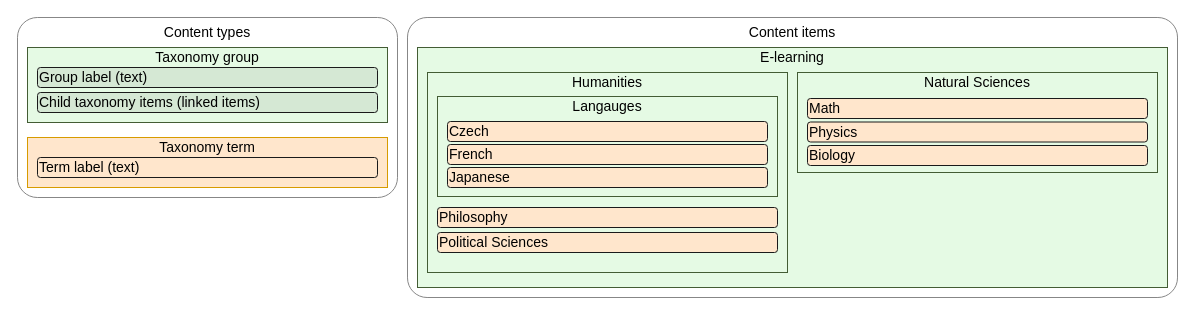
Kontent-ai-Learn/kontent-ai-learn-diagrams keeps this draw.io diagram as content_modeling/taxonomies/taxonomy_-_linked-items-content-model.drawio. Above is the earlier version. Source tidied: cells renumbered, new cells numbered last; positions are measured from the earlier drawing's top-left corner, leaving out a move shared by most shapes. Both pictures are drawn from the tidied source at 100%, with x=0, y=0 at pixel (17, 17).
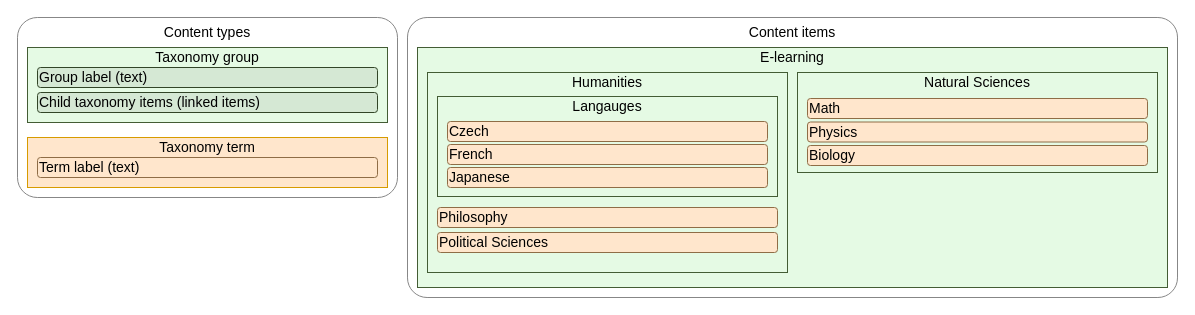
The same page after the edit.

Commit message:
updated colors of borders

What changed in the source:
```diff
@@
-    <mxCell id="6" value="Group label (text)" style="rounded=1;whiteSpace=wrap;html=1;fontSize=14;align=left;fontFamily=GT Walsheim Pro;fillColor=#d5e8d4;strokeColor=#1A1A1A;" parent="1" vertex="1">
+    <mxCell id="6" value="Group label (text)" style="rounded=1;whiteSpace=wrap;html=1;fontSize=14;align=left;fontFamily=GT Walsheim Pro;fillColor=#d5e8d4;strokeColor=#324527;" parent="1" vertex="1">
       <mxGeometry x="20" y="50" width="340" height="20" as="geometry" />
     </mxCell>
-    <mxCell id="7" value="Child taxonomy items (linked items)" style="rounded=1;whiteSpace=wrap;html=1;fontSize=14;align=left;fontFamily=GT Walsheim Pro;fillColor=#d5e8d4;strokeColor=#1A1A1A;" parent="1" vertex="1">
+    <mxCell id="7" value="Child taxonomy items (linked items)" style="rounded=1;whiteSpace=wrap;html=1;fontSize=14;align=left;fontFamily=GT Walsheim Pro;fillColor=#d5e8d4;strokeColor=#324527;" parent="1" vertex="1">
       <mxGeometry x="20" y="75" width="340" height="20" as="geometry" />
     </mxCell>
@@
-    <mxCell id="9" value="Term label (text)" style="rounded=1;whiteSpace=wrap;html=1;fontSize=14;align=left;fontFamily=GT Walsheim Pro;fillColor=#ffe6cc;strokeColor=#1A1A1A;" parent="1" vertex="1">
+    <mxCell id="9" value="Term label (text)" style="rounded=1;whiteSpace=wrap;html=1;fontSize=14;align=left;fontFamily=GT Walsheim Pro;fillColor=#ffe6cc;strokeColor=#8F6D46;" parent="1" vertex="1">
       <mxGeometry x="20" y="140" width="340" height="20" as="geometry" />
     </mxCell>
@@
-    <mxCell id="12" value="Philosophy" style="rounded=1;whiteSpace=wrap;html=1;fontSize=14;align=left;fontFamily=GT Walsheim Pro;fillColor=#ffe6cc;strokeColor=#1A1A1A;" parent="1" vertex="1">
+    <mxCell id="12" value="Philosophy" style="rounded=1;whiteSpace=wrap;html=1;fontSize=14;align=left;fontFamily=GT Walsheim Pro;fillColor=#ffe6cc;strokeColor=#8F6D46;" parent="1" vertex="1">
       <mxGeometry x="420" y="190" width="340" height="20" as="geometry" />
     </mxCell>
-    <mxCell id="13" value="Political Sciences" style="rounded=1;whiteSpace=wrap;html=1;fontSize=14;align=left;fontFamily=GT Walsheim Pro;fillColor=#ffe6cc;strokeColor=#1A1A1A;" parent="1" vertex="1">
+    <mxCell id="13" value="Political Sciences" style="rounded=1;whiteSpace=wrap;html=1;fontSize=14;align=left;fontFamily=GT Walsheim Pro;fillColor=#ffe6cc;strokeColor=#8F6D46;" parent="1" vertex="1">
       <mxGeometry x="420" y="215" width="340" height="20" as="geometry" />
     </mxCell>
@@
-    <mxCell id="15" value="Czech" style="rounded=1;whiteSpace=wrap;html=1;fontSize=14;align=left;fontFamily=GT Walsheim Pro;fillColor=#ffe6cc;strokeColor=#1A1A1A;" parent="1" vertex="1">
+    <mxCell id="15" value="Czech" style="rounded=1;whiteSpace=wrap;html=1;fontSize=14;align=left;fontFamily=GT Walsheim Pro;fillColor=#ffe6cc;strokeColor=#8F6D46;" parent="1" vertex="1">
       <mxGeometry x="430" y="104" width="320" height="20" as="geometry" />
     </mxCell>
-    <mxCell id="16" value="French" style="rounded=1;whiteSpace=wrap;html=1;fontSize=14;align=left;fontFamily=GT Walsheim Pro;fillColor=#ffe6cc;strokeColor=#1A1A1A;" parent="1" vertex="1">
+    <mxCell id="16" value="French" style="rounded=1;whiteSpace=wrap;html=1;fontSize=14;align=left;fontFamily=GT Walsheim Pro;fillColor=#ffe6cc;strokeColor=#8F6D46;" parent="1" vertex="1">
       <mxGeometry x="430" y="127" width="320" height="20" as="geometry" />
     </mxCell>
-    <mxCell id="17" value="Japanese" style="rounded=1;whiteSpace=wrap;html=1;fontSize=14;align=left;fontFamily=GT Walsheim Pro;fillColor=#ffe6cc;strokeColor=#1A1A1A;" parent="1" vertex="1">
+    <mxCell id="17" value="Japanese" style="rounded=1;whiteSpace=wrap;html=1;fontSize=14;align=left;fontFamily=GT Walsheim Pro;fillColor=#ffe6cc;strokeColor=#8F6D46;" parent="1" vertex="1">
       <mxGeometry x="430" y="150" width="320" height="20" as="geometry" />
     </mxCell>
-    <mxCell id="18" value="Math" style="rounded=1;whiteSpace=wrap;html=1;fontSize=14;align=left;fontFamily=GT Walsheim Pro;fillColor=#ffe6cc;strokeColor=#1A1A1A;" parent="1" vertex="1">
+    <mxCell id="18" value="Math" style="rounded=1;whiteSpace=wrap;html=1;fontSize=14;align=left;fontFamily=GT Walsheim Pro;fillColor=#ffe6cc;strokeColor=#8F6D46;" parent="1" vertex="1">
       <mxGeometry x="790" y="81" width="340" height="20" as="geometry" />
     </mxCell>
-    <mxCell id="19" value="Physics" style="rounded=1;whiteSpace=wrap;html=1;fontSize=14;align=left;fontFamily=GT Walsheim Pro;fillColor=#ffe6cc;strokeColor=#1A1A1A;" parent="1" vertex="1">
+    <mxCell id="19" value="Physics" style="rounded=1;whiteSpace=wrap;html=1;fontSize=14;align=left;fontFamily=GT Walsheim Pro;fillColor=#ffe6cc;strokeColor=#8F6D46;" parent="1" vertex="1">
       <mxGeometry x="790" y="104.5" width="340" height="20" as="geometry" />
     </mxCell>
-    <mxCell id="20" value="Biology" style="rounded=1;whiteSpace=wrap;html=1;fontSize=14;align=left;fontFamily=GT Walsheim Pro;fillColor=#ffe6cc;strokeColor=#1A1A1A;" parent="1" vertex="1">
+    <mxCell id="20" value="Biology" style="rounded=1;whiteSpace=wrap;html=1;fontSize=14;align=left;fontFamily=GT Walsheim Pro;fillColor=#ffe6cc;strokeColor=#8F6D46;" parent="1" vertex="1">
       <mxGeometry x="790" y="128" width="340" height="20" as="geometry" />
     </mxCell>
```
